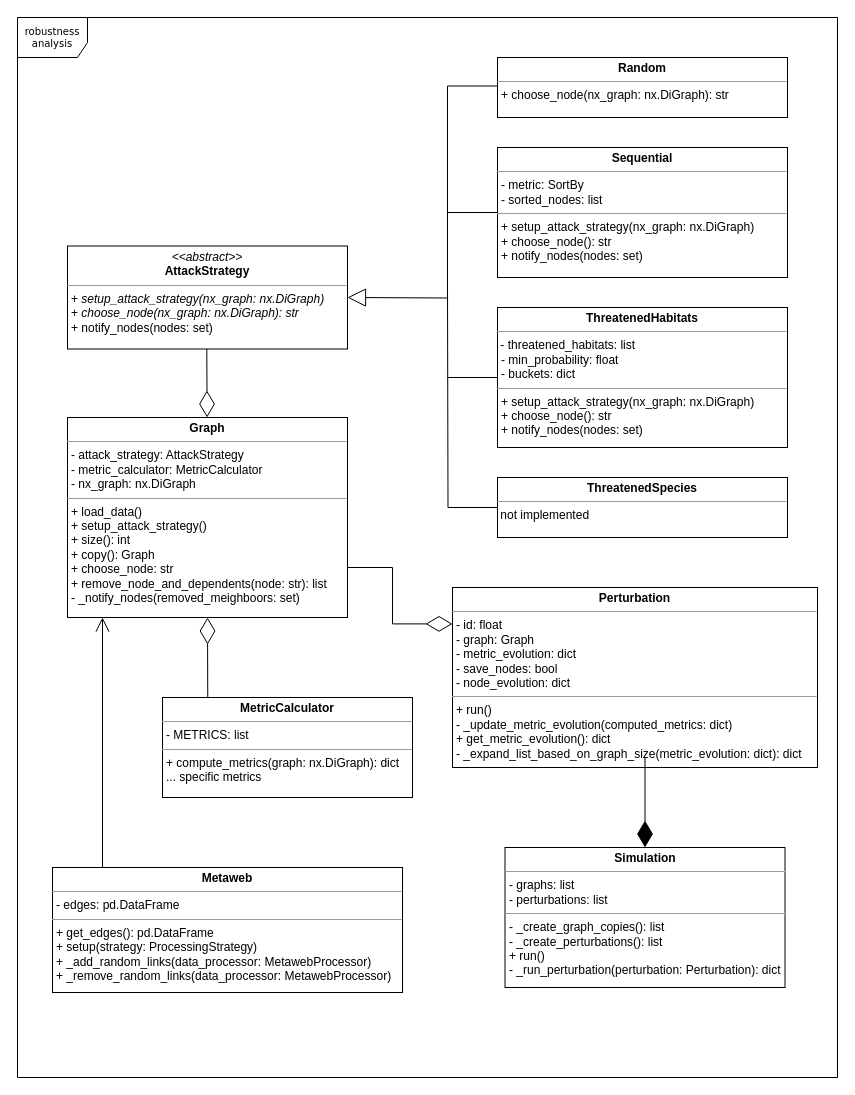
Above: documentation/robustness-analysis-class-diagram.drawio in AlainJoss/foodweb-robustness-analysis (draw.io), before the change. Source tidied: cells renumbered, new cells numbered last; positions are measured from the earlier drawing's top-left corner, leaving out a move shared by most shapes. Both pictures are drawn from the tidied source at 100%, with x=0, y=0 at pixel (17, 17).
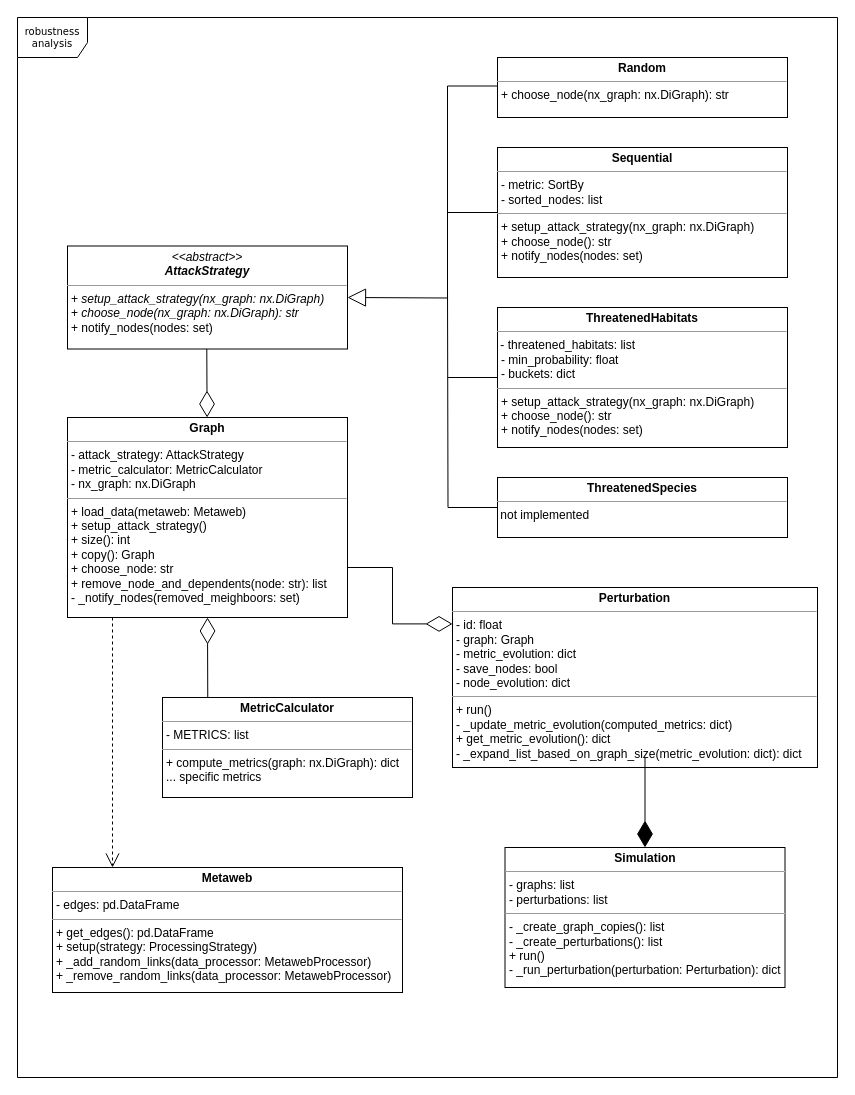
After the change.

Diff of the diagram source:
```diff
@@
+    <mxCell id="24" value="robustness&lt;br&gt;analysis" style="shape=umlFrame;whiteSpace=wrap;html=1;rounded=0;shadow=0;comic=0;labelBackgroundColor=none;strokeWidth=1;fontFamily=Verdana;fontSize=10;align=center;width=70;height=40;fillColor=default;" parent="1" vertex="1">
+      <mxGeometry width="820" height="1060" as="geometry" />
+    </mxCell>
-    <mxCell id="2" value="&lt;p style=&quot;margin:0px;margin-top:4px;text-align:center;&quot;&gt;&lt;i&gt;&amp;lt;&amp;lt;abstract&amp;gt;&amp;gt;&lt;/i&gt;&lt;br&gt;&lt;b&gt;AttackStrategy&lt;/b&gt;&lt;/p&gt;&lt;hr size=&quot;1&quot;&gt;&lt;p style=&quot;margin:0px;margin-left:4px;&quot;&gt;&lt;span style=&quot;background-color: initial;&quot;&gt;+&amp;nbsp;&lt;i&gt;setup_attack_strategy&lt;/i&gt;&lt;/span&gt;&lt;span style=&quot;background-color: initial;&quot;&gt;&lt;i&gt;(nx_graph: nx.DiGraph)&lt;/i&gt;&lt;/span&gt;&lt;br&gt;&lt;/p&gt;&lt;p style=&quot;border-color: var(--border-color); margin: 0px 0px 0px 4px;&quot;&gt;+&amp;nbsp;&lt;i style=&quot;border-color: var(--border-color);&quot;&gt;choose_node&lt;/i&gt;&lt;span style=&quot;border-color: var(--border-color); background-color: initial;&quot;&gt;&lt;i style=&quot;border-color: var(--border-color);&quot;&gt;(nx_graph: nx.DiGraph): str&lt;/i&gt;&lt;/span&gt;&lt;/p&gt;&lt;p style=&quot;margin:0px;margin-left:4px;&quot;&gt;+ notify_nodes(nodes: set)&lt;/p&gt;" style="verticalAlign=top;align=left;overflow=fill;fontSize=12;fontFamily=Helvetica;html=1;rounded=0;shadow=0;comic=0;labelBackgroundColor=none;strokeWidth=1;" parent="1" vertex="1">
+    <mxCell id="2" value="&lt;p style=&quot;margin:0px;margin-top:4px;text-align:center;&quot;&gt;&lt;i&gt;&amp;lt;&amp;lt;abstract&amp;gt;&amp;gt;&lt;/i&gt;&lt;br&gt;&lt;b&gt;&lt;i&gt;AttackStrategy&lt;/i&gt;&lt;/b&gt;&lt;/p&gt;&lt;hr size=&quot;1&quot;&gt;&lt;p style=&quot;margin:0px;margin-left:4px;&quot;&gt;&lt;span style=&quot;background-color: initial;&quot;&gt;+&amp;nbsp;&lt;i&gt;setup_attack_strategy&lt;/i&gt;&lt;/span&gt;&lt;span style=&quot;background-color: initial;&quot;&gt;&lt;i&gt;(nx_graph: nx.DiGraph)&lt;/i&gt;&lt;/span&gt;&lt;br&gt;&lt;/p&gt;&lt;p style=&quot;border-color: var(--border-color); margin: 0px 0px 0px 4px;&quot;&gt;+&amp;nbsp;&lt;i style=&quot;border-color: var(--border-color);&quot;&gt;choose_node&lt;/i&gt;&lt;span style=&quot;border-color: var(--border-color); background-color: initial;&quot;&gt;&lt;i style=&quot;border-color: var(--border-color);&quot;&gt;(nx_graph: nx.DiGraph): str&lt;/i&gt;&lt;/span&gt;&lt;/p&gt;&lt;p style=&quot;margin:0px;margin-left:4px;&quot;&gt;+ notify_nodes(nodes: set)&lt;/p&gt;" style="verticalAlign=top;align=left;overflow=fill;fontSize=12;fontFamily=Helvetica;html=1;rounded=0;shadow=0;comic=0;labelBackgroundColor=none;strokeWidth=1;" parent="1" vertex="1">
       <mxGeometry x="50" y="228.5" width="280" height="103" as="geometry" />
     </mxCell>
@@
-    <mxCell id="17" value="&lt;p style=&quot;margin:0px;margin-top:4px;text-align:center;&quot;&gt;&lt;b&gt;Graph&lt;/b&gt;&lt;/p&gt;&lt;hr size=&quot;1&quot;&gt;&lt;p style=&quot;margin:0px;margin-left:4px;&quot;&gt;- attack_strategy: AttackStrategy&lt;br&gt;- metric_calculator: MetricCalculator&lt;/p&gt;&lt;p style=&quot;margin:0px;margin-left:4px;&quot;&gt;- nx_graph: nx.DiGraph&lt;/p&gt;&lt;hr size=&quot;1&quot;&gt;&lt;p style=&quot;border-color: var(--border-color); margin: 0px 0px 0px 4px;&quot;&gt;+ load_data()&lt;/p&gt;&lt;p style=&quot;border-color: var(--border-color); margin: 0px 0px 0px 4px;&quot;&gt;+&amp;nbsp;setup_attack_strategy()&lt;/p&gt;&lt;p style=&quot;border-color: var(--border-color); margin: 0px 0px 0px 4px;&quot;&gt;+ size(): int&lt;br&gt;+ copy(): Graph&lt;/p&gt;&lt;p style=&quot;border-color: var(--border-color); margin: 0px 0px 0px 4px;&quot;&gt;+ choose_node: str&lt;/p&gt;&lt;p style=&quot;border-color: var(--border-color); margin: 0px 0px 0px 4px;&quot;&gt;&lt;span style=&quot;background-color: initial;&quot;&gt;+&amp;nbsp;&lt;/span&gt;remove_node_and_dependents(node: str): list&lt;/p&gt;&lt;p style=&quot;border-color: var(--border-color); margin: 0px 0px 0px 4px;&quot;&gt;- _notify_nodes(removed_meighboors:&amp;nbsp;set)&lt;br&gt;&lt;/p&gt;" style="verticalAlign=top;align=left;overflow=fill;fontSize=12;fontFamily=Helvetica;html=1;rounded=0;shadow=0;comic=0;labelBackgroundColor=none;strokeWidth=1;" parent="1" vertex="1">
+    <mxCell id="17" value="&lt;p style=&quot;margin:0px;margin-top:4px;text-align:center;&quot;&gt;&lt;b&gt;Graph&lt;/b&gt;&lt;/p&gt;&lt;hr size=&quot;1&quot;&gt;&lt;p style=&quot;margin:0px;margin-left:4px;&quot;&gt;- attack_strategy: AttackStrategy&lt;br&gt;- metric_calculator: MetricCalculator&lt;/p&gt;&lt;p style=&quot;margin:0px;margin-left:4px;&quot;&gt;- nx_graph: nx.DiGraph&lt;/p&gt;&lt;hr size=&quot;1&quot;&gt;&lt;p style=&quot;border-color: var(--border-color); margin: 0px 0px 0px 4px;&quot;&gt;+ load_data(metaweb: Metaweb)&lt;/p&gt;&lt;p style=&quot;border-color: var(--border-color); margin: 0px 0px 0px 4px;&quot;&gt;+&amp;nbsp;setup_attack_strategy()&lt;/p&gt;&lt;p style=&quot;border-color: var(--border-color); margin: 0px 0px 0px 4px;&quot;&gt;+ size(): int&lt;br&gt;+ copy(): Graph&lt;/p&gt;&lt;p style=&quot;border-color: var(--border-color); margin: 0px 0px 0px 4px;&quot;&gt;+ choose_node: str&lt;/p&gt;&lt;p style=&quot;border-color: var(--border-color); margin: 0px 0px 0px 4px;&quot;&gt;&lt;span style=&quot;background-color: initial;&quot;&gt;+&amp;nbsp;&lt;/span&gt;remove_node_and_dependents(node: str): list&lt;/p&gt;&lt;p style=&quot;border-color: var(--border-color); margin: 0px 0px 0px 4px;&quot;&gt;- _notify_nodes(removed_meighboors:&amp;nbsp;set)&lt;br&gt;&lt;/p&gt;" style="verticalAlign=top;align=left;overflow=fill;fontSize=12;fontFamily=Helvetica;html=1;rounded=0;shadow=0;comic=0;labelBackgroundColor=none;strokeWidth=1;" parent="1" vertex="1">
       <mxGeometry x="50" y="400" width="280" height="200" as="geometry" />
     </mxCell>
@@
-    <mxCell id="21" style="endArrow=open;endFill=1;endSize=12;html=1;rounded=0;" parent="1" edge="1">
-      <mxGeometry relative="1" as="geometry">
-        <mxPoint x="85" y="850" as="sourcePoint" />
-        <mxPoint x="85" y="600" as="targetPoint" />
-      </mxGeometry>
-    </mxCell>
@@
-    <mxCell id="24" value="robustness&lt;br&gt;analysis" style="shape=umlFrame;whiteSpace=wrap;html=1;rounded=0;shadow=0;comic=0;labelBackgroundColor=none;strokeWidth=1;fontFamily=Verdana;fontSize=10;align=center;width=70;height=40;" parent="1" vertex="1">
-      <mxGeometry width="820" height="1060" as="geometry" />
-    </mxCell>
+    <mxCell id="25" style="endArrow=open;endSize=12;dashed=1;html=1;rounded=0;exitX=0.25;exitY=1;exitDx=0;exitDy=0;" parent="1" edge="1">
+      <mxGeometry x="-0.12" y="70" relative="1" as="geometry">
+        <mxPoint x="95" y="600" as="sourcePoint" />
+        <mxPoint x="95" y="850" as="targetPoint" />
+      </mxGeometry>
+    </mxCell>
```
